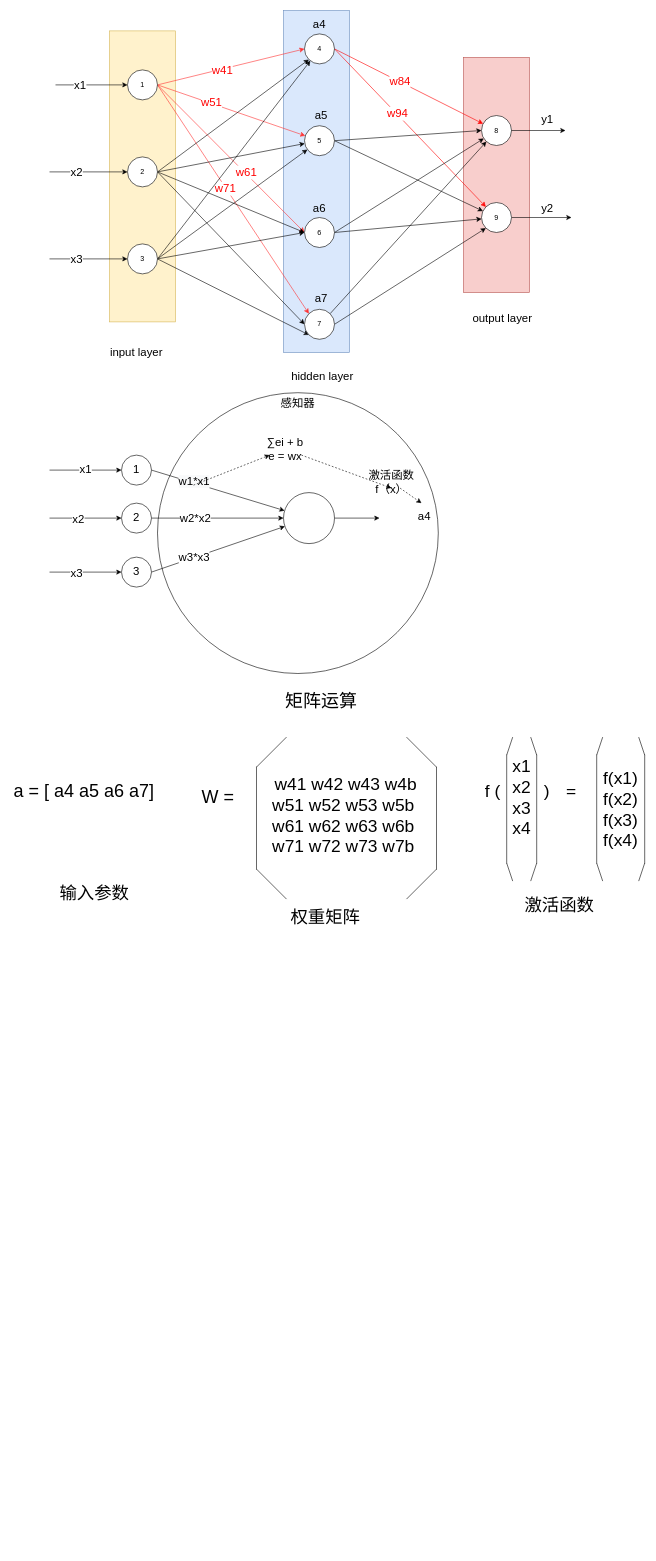
This is 神经网络图解.drawio from lxf2806230005/study, a draw.io file, before an edit. Source tidied: cells renumbered, new cells numbered last; positions are measured from the earlier drawing's top-left corner, leaving out a move shared by most shapes. Both pictures are drawn from the tidied source at 60%, with x=0, y=0 at pixel (10, 10).
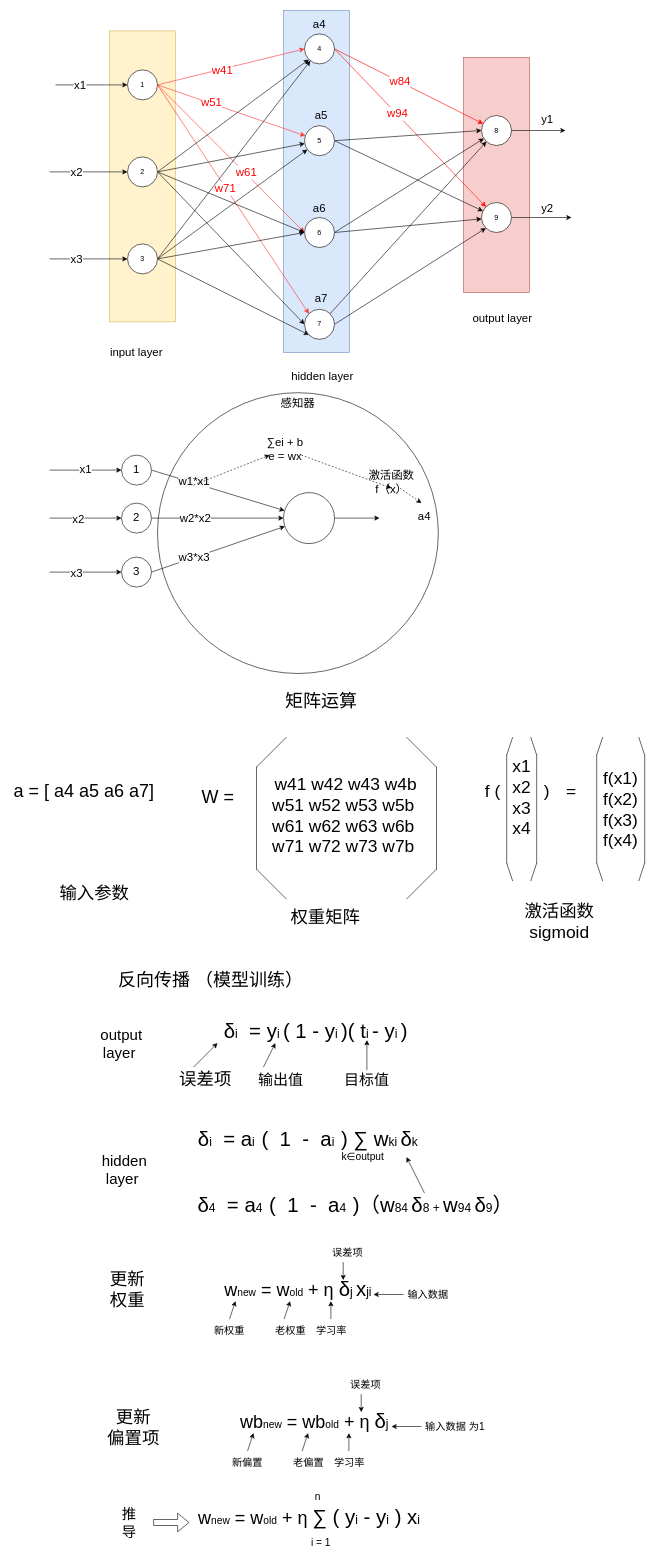
The same page after the edit.

Commit message:
更新神经网络图解.drawio

Diff of the diagram source:
```diff
@@
-    <mxCell id="105" value="激活函数" style="text;html=1;strokeColor=none;fillColor=none;align=center;verticalAlign=middle;whiteSpace=wrap;rounded=0;fontSize=29;" parent="1" vertex="1">
-      <mxGeometry x="820" y="1481" width="190" height="20" as="geometry" />
+    <mxCell id="105" value="激活函数&lt;br&gt;sigmoid" style="text;html=1;strokeColor=none;fillColor=none;align=center;verticalAlign=middle;whiteSpace=wrap;rounded=0;fontSize=29;" parent="1" vertex="1">
+      <mxGeometry x="820" y="1508" width="190" height="20" as="geometry" />
     </mxCell>
+    <mxCell id="106" value="δ&lt;span style=&quot;font-size: 20px&quot;&gt;i&lt;/span&gt;&lt;font style=&quot;font-size: 34px&quot;&gt;&amp;nbsp; = y&lt;/font&gt;&lt;font style=&quot;font-size: 20px&quot;&gt;i&lt;/font&gt;&lt;font style=&quot;font-size: 20px&quot;&gt;&amp;nbsp;&lt;/font&gt;&lt;font style=&quot;font-size: 34px&quot;&gt;( 1 - y&lt;/font&gt;&lt;font style=&quot;font-size: 20px&quot;&gt;i&lt;/font&gt;&lt;font style=&quot;font-size: 20px&quot;&gt;&amp;nbsp;&lt;/font&gt;&lt;font style=&quot;font-size: 34px&quot;&gt;)( t&lt;/font&gt;&lt;font style=&quot;font-size: 20px&quot;&gt;i&lt;/font&gt;&lt;font style=&quot;font-size: 20px&quot;&gt;&amp;nbsp;&lt;/font&gt;&lt;font style=&quot;font-size: 34px&quot;&gt;- y&lt;/font&gt;&lt;font style=&quot;font-size: 20px&quot;&gt;i&amp;nbsp;&lt;/font&gt;&lt;font style=&quot;font-size: 34px&quot;&gt;)&lt;/font&gt;" style="text;html=1;strokeColor=none;fillColor=none;align=center;verticalAlign=middle;whiteSpace=wrap;rounded=0;fontSize=34;" parent="1" vertex="1">
+      <mxGeometry x="308" y="1691" width="402" height="20" as="geometry" />
+    </mxCell>
+    <mxCell id="107" value="反向传播 （模型训练）" style="text;html=1;strokeColor=none;fillColor=none;align=center;verticalAlign=middle;whiteSpace=wrap;rounded=0;fontSize=30;" parent="1" vertex="1">
+      <mxGeometry x="133" y="1606" width="402" height="20" as="geometry" />
+    </mxCell>
+    <mxCell id="108" value="误差项" style="text;html=1;strokeColor=none;fillColor=none;align=center;verticalAlign=middle;whiteSpace=wrap;rounded=0;fontSize=29;" parent="1" vertex="1">
+      <mxGeometry x="264" y="1771" width="122" height="20" as="geometry" />
+    </mxCell>
+    <mxCell id="109" value="输出值" style="text;html=1;strokeColor=none;fillColor=none;align=center;verticalAlign=middle;whiteSpace=wrap;rounded=0;fontSize=25;" parent="1" vertex="1">
+      <mxGeometry x="403" y="1771" width="95" height="20" as="geometry" />
+    </mxCell>
+    <mxCell id="110" value="目标值" style="text;html=1;strokeColor=none;fillColor=none;align=center;verticalAlign=middle;whiteSpace=wrap;rounded=0;fontSize=25;" parent="1" vertex="1">
+      <mxGeometry x="548" y="1771" width="92" height="20" as="geometry" />
+    </mxCell>
+    <mxCell id="111" style="endArrow=classic;html=1;fontSize=25;" parent="1" edge="1">
+      <mxGeometry relative="1" as="geometry">
+        <mxPoint x="305" y="1761" as="sourcePoint" />
+        <mxPoint x="345" y="1721" as="targetPoint" />
+      </mxGeometry>
+    </mxCell>
+    <mxCell id="112" style="endArrow=classic;html=1;fontSize=25;" parent="1" edge="1">
+      <mxGeometry relative="1" as="geometry">
+        <mxPoint x="421.5" y="1761" as="sourcePoint" />
+        <mxPoint x="441.5" y="1721" as="targetPoint" />
+      </mxGeometry>
+    </mxCell>
+    <mxCell id="113" style="endArrow=classic;html=1;fontSize=25;" parent="1" edge="1">
+      <mxGeometry relative="1" as="geometry">
+        <mxPoint x="594" y="1766" as="sourcePoint" />
+        <mxPoint x="594" y="1716" as="targetPoint" />
+      </mxGeometry>
+    </mxCell>
+    <mxCell id="114" value="output layer&amp;nbsp;" style="text;html=1;strokeColor=none;fillColor=none;align=center;verticalAlign=middle;whiteSpace=wrap;rounded=0;fontSize=25;" parent="1" vertex="1">
+      <mxGeometry x="165" y="1711" width="40" height="20" as="geometry" />
+    </mxCell>
+    <mxCell id="115" value="hidden layer&amp;nbsp;" style="text;html=1;strokeColor=none;fillColor=none;align=center;verticalAlign=middle;whiteSpace=wrap;rounded=0;fontSize=25;" parent="1" vertex="1">
+      <mxGeometry x="170" y="1921" width="40" height="20" as="geometry" />
+    </mxCell>
+    <mxCell id="116" value="δ&lt;span style=&quot;font-size: 20px&quot;&gt;i&lt;/span&gt;&lt;font style=&quot;font-size: 34px&quot;&gt;&amp;nbsp; = a&lt;/font&gt;&lt;font style=&quot;font-size: 20px&quot;&gt;i&lt;/font&gt;&lt;font style=&quot;font-size: 20px&quot;&gt;&amp;nbsp;&amp;nbsp;&lt;/font&gt;&lt;font style=&quot;font-size: 34px&quot;&gt;(&amp;nbsp; 1&amp;nbsp; -&amp;nbsp; a&lt;/font&gt;&lt;font style=&quot;font-size: 20px&quot;&gt;i&amp;nbsp;&lt;/font&gt;&lt;font style=&quot;font-size: 20px&quot;&gt;&amp;nbsp;&lt;/font&gt;&lt;font style=&quot;font-size: 34px&quot;&gt;) ∑ w&lt;/font&gt;&lt;font style=&quot;font-size: 20px&quot;&gt;ki&amp;nbsp;&lt;/font&gt;&lt;font style=&quot;font-size: 34px&quot;&gt;δ&lt;/font&gt;&lt;font&gt;&lt;font style=&quot;font-size: 20px&quot;&gt;k&lt;/font&gt;&lt;br&gt;&lt;br&gt;&lt;/font&gt;" style="text;html=1;strokeColor=none;fillColor=none;align=center;verticalAlign=middle;whiteSpace=wrap;rounded=0;fontSize=34;" parent="1" vertex="1">
+      <mxGeometry x="295" y="1891" width="402" height="20" as="geometry" />
+    </mxCell>
+    <mxCell id="117" value="&lt;span style=&quot;font-size: 17px;&quot;&gt;k∈output&lt;/span&gt;" style="text;html=1;strokeColor=none;fillColor=none;align=center;verticalAlign=middle;whiteSpace=wrap;rounded=0;fontSize=17;" parent="1" vertex="1">
+      <mxGeometry x="465" y="1901" width="245" height="20" as="geometry" />
+    </mxCell>
+    <mxCell id="118" style="endArrow=classic;html=1;fontSize=17;" parent="1" edge="1">
+      <mxGeometry relative="1" as="geometry">
+        <mxPoint x="690" y="1971" as="sourcePoint" />
+        <mxPoint x="660" y="1911" as="targetPoint" />
+      </mxGeometry>
+    </mxCell>
+    <mxCell id="119" value="δ&lt;span style=&quot;font-size: 20px&quot;&gt;4&lt;/span&gt;&lt;font style=&quot;font-size: 34px&quot;&gt;&amp;nbsp; = a&lt;/font&gt;&lt;font style=&quot;font-size: 20px&quot;&gt;4&lt;/font&gt;&lt;font style=&quot;font-size: 20px&quot;&gt;&amp;nbsp;&amp;nbsp;&lt;/font&gt;&lt;font style=&quot;font-size: 34px&quot;&gt;(&amp;nbsp; 1&amp;nbsp; -&amp;nbsp; a&lt;/font&gt;&lt;font style=&quot;font-size: 20px&quot;&gt;4&amp;nbsp;&lt;/font&gt;&lt;font style=&quot;font-size: 20px&quot;&gt;&amp;nbsp;&lt;/font&gt;&lt;font style=&quot;font-size: 34px&quot;&gt;)（w&lt;font style=&quot;font-size: 20px&quot;&gt;84&amp;nbsp;&lt;/font&gt;δ&lt;font style=&quot;font-size: 20px&quot;&gt;8 +&amp;nbsp;&lt;/font&gt;w&lt;font style=&quot;font-size: 20px&quot;&gt;94&amp;nbsp;&lt;/font&gt;δ&lt;font style=&quot;font-size: 20px&quot;&gt;9&lt;/font&gt;）&lt;/font&gt;&lt;font&gt;&lt;br&gt;&lt;br&gt;&lt;/font&gt;" style="text;html=1;strokeColor=none;fillColor=none;align=center;verticalAlign=middle;whiteSpace=wrap;rounded=0;fontSize=34;" parent="1" vertex="1">
+      <mxGeometry x="160" y="2001" width="830" height="20" as="geometry" />
+    </mxCell>
+    <mxCell id="120" value="更新&lt;br&gt;权重" style="text;html=1;strokeColor=none;fillColor=none;align=center;verticalAlign=middle;whiteSpace=wrap;rounded=0;fontSize=29;" parent="1" vertex="1">
+      <mxGeometry x="100" y="2121" width="190" height="20" as="geometry" />
+    </mxCell>
+    <mxCell id="121" value="w&lt;font style=&quot;font-size: 17px&quot;&gt;new&lt;/font&gt; = w&lt;font style=&quot;font-size: 17px&quot;&gt;old&lt;/font&gt; + η&amp;nbsp;&lt;span style=&quot;font-size: 34px&quot;&gt;δ&lt;/span&gt;&lt;font style=&quot;font-size: 20px&quot;&gt;j&amp;nbsp;&lt;/font&gt;&lt;span style=&quot;font-size: 34px&quot;&gt;x&lt;/span&gt;&lt;font style=&quot;font-size: 20px&quot;&gt;ji&lt;/font&gt;" style="text;html=1;strokeColor=none;fillColor=none;align=center;verticalAlign=middle;whiteSpace=wrap;rounded=0;fontSize=30;" parent="1" vertex="1">
+      <mxGeometry x="311.5" y="2121" width="335" height="20" as="geometry" />
+    </mxCell>
+    <mxCell id="122" value="新权重" style="text;html=1;strokeColor=none;fillColor=none;align=center;verticalAlign=middle;whiteSpace=wrap;rounded=0;fontSize=17;" parent="1" vertex="1">
+      <mxGeometry x="334" y="2191" width="62" height="20" as="geometry" />
+    </mxCell>
+    <mxCell id="123" value="老权重" style="text;html=1;strokeColor=none;fillColor=none;align=center;verticalAlign=middle;whiteSpace=wrap;rounded=0;fontSize=17;" parent="1" vertex="1">
+      <mxGeometry x="436" y="2191" width="62" height="20" as="geometry" />
+    </mxCell>
+    <mxCell id="124" value="学习率" style="text;html=1;strokeColor=none;fillColor=none;align=center;verticalAlign=middle;whiteSpace=wrap;rounded=0;fontSize=17;" parent="1" vertex="1">
+      <mxGeometry x="504" y="2191" width="62" height="20" as="geometry" />
+    </mxCell>
+    <mxCell id="125" value="误差项" style="text;html=1;strokeColor=none;fillColor=none;align=center;verticalAlign=middle;whiteSpace=wrap;rounded=0;fontSize=17;" parent="1" vertex="1">
+      <mxGeometry x="531" y="2061" width="62" height="20" as="geometry" />
+    </mxCell>
+    <mxCell id="126" value="输入数据" style="text;html=1;strokeColor=none;fillColor=none;align=center;verticalAlign=middle;whiteSpace=wrap;rounded=0;fontSize=17;" parent="1" vertex="1">
+      <mxGeometry x="657" y="2131" width="78" height="20" as="geometry" />
+    </mxCell>
+    <mxCell id="127" style="endArrow=classic;html=1;fontSize=17;" parent="1" edge="1">
+      <mxGeometry relative="1" as="geometry">
+        <mxPoint x="365" y="2181" as="sourcePoint" />
+        <mxPoint x="375" y="2151" as="targetPoint" />
+      </mxGeometry>
+    </mxCell>
+    <mxCell id="128" style="endArrow=classic;html=1;fontSize=17;" parent="1" edge="1">
+      <mxGeometry relative="1" as="geometry">
+        <mxPoint x="456" y="2181" as="sourcePoint" />
+        <mxPoint x="466" y="2151" as="targetPoint" />
+      </mxGeometry>
+    </mxCell>
+    <mxCell id="129" style="endArrow=classic;html=1;fontSize=17;" parent="1" edge="1">
+      <mxGeometry relative="1" as="geometry">
+        <mxPoint x="534" y="2181" as="sourcePoint" />
+        <mxPoint x="534" y="2151" as="targetPoint" />
+      </mxGeometry>
+    </mxCell>
+    <mxCell id="130" style="endArrow=classic;html=1;fontSize=17;" parent="1" edge="1">
+      <mxGeometry relative="1" as="geometry">
+        <mxPoint x="554.5" y="2086" as="sourcePoint" />
+        <mxPoint x="554.5" y="2116" as="targetPoint" />
+      </mxGeometry>
+    </mxCell>
+    <mxCell id="131" style="endArrow=classic;html=1;fontSize=17;" parent="1" edge="1">
+      <mxGeometry relative="1" as="geometry">
+        <mxPoint x="655" y="2140" as="sourcePoint" />
+        <mxPoint x="605" y="2140" as="targetPoint" />
+      </mxGeometry>
+    </mxCell>
+    <mxCell id="132" value="更新&lt;br&gt;偏置项" style="text;html=1;strokeColor=none;fillColor=none;align=center;verticalAlign=middle;whiteSpace=wrap;rounded=0;fontSize=29;" parent="1" vertex="1">
+      <mxGeometry x="110" y="2351" width="190" height="20" as="geometry" />
+    </mxCell>
+    <mxCell id="133" value="wb&lt;font style=&quot;font-size: 17px&quot;&gt;new&lt;/font&gt;&amp;nbsp;= wb&lt;font style=&quot;font-size: 17px&quot;&gt;old&lt;/font&gt; + η&amp;nbsp;&lt;span style=&quot;font-size: 34px&quot;&gt;δ&lt;/span&gt;&lt;font style=&quot;font-size: 20px&quot;&gt;j&amp;nbsp;&lt;/font&gt;" style="text;html=1;strokeColor=none;fillColor=none;align=center;verticalAlign=middle;whiteSpace=wrap;rounded=0;fontSize=30;" parent="1" vertex="1">
+      <mxGeometry x="341.5" y="2341" width="335" height="20" as="geometry" />
+    </mxCell>
+    <mxCell id="134" value="新偏置" style="text;html=1;strokeColor=none;fillColor=none;align=center;verticalAlign=middle;whiteSpace=wrap;rounded=0;fontSize=17;" parent="1" vertex="1">
+      <mxGeometry x="364" y="2411" width="62" height="20" as="geometry" />
+    </mxCell>
+    <mxCell id="135" value="老偏置" style="text;html=1;strokeColor=none;fillColor=none;align=center;verticalAlign=middle;whiteSpace=wrap;rounded=0;fontSize=17;" parent="1" vertex="1">
+      <mxGeometry x="466" y="2411" width="62" height="20" as="geometry" />
+    </mxCell>
+    <mxCell id="136" value="学习率" style="text;html=1;strokeColor=none;fillColor=none;align=center;verticalAlign=middle;whiteSpace=wrap;rounded=0;fontSize=17;" parent="1" vertex="1">
+      <mxGeometry x="534" y="2411" width="62" height="20" as="geometry" />
+    </mxCell>
+    <mxCell id="137" value="误差项" style="text;html=1;strokeColor=none;fillColor=none;align=center;verticalAlign=middle;whiteSpace=wrap;rounded=0;fontSize=17;" parent="1" vertex="1">
+      <mxGeometry x="561" y="2281" width="62" height="20" as="geometry" />
+    </mxCell>
+    <mxCell id="138" value="输入数据 为1" style="text;html=1;strokeColor=none;fillColor=none;align=center;verticalAlign=middle;whiteSpace=wrap;rounded=0;fontSize=17;" parent="1" vertex="1">
+      <mxGeometry x="687" y="2351" width="108" height="20" as="geometry" />
+    </mxCell>
+    <mxCell id="139" style="endArrow=classic;html=1;fontSize=17;" parent="1" edge="1">
+      <mxGeometry relative="1" as="geometry">
+        <mxPoint x="395" y="2401" as="sourcePoint" />
+        <mxPoint x="405" y="2371" as="targetPoint" />
+      </mxGeometry>
+    </mxCell>
+    <mxCell id="140" style="endArrow=classic;html=1;fontSize=17;" parent="1" edge="1">
+      <mxGeometry relative="1" as="geometry">
+        <mxPoint x="486" y="2401" as="sourcePoint" />
+        <mxPoint x="496" y="2371" as="targetPoint" />
+      </mxGeometry>
+    </mxCell>
+    <mxCell id="141" style="endArrow=classic;html=1;fontSize=17;" parent="1" edge="1">
+      <mxGeometry relative="1" as="geometry">
+        <mxPoint x="564" y="2401" as="sourcePoint" />
+        <mxPoint x="564" y="2371" as="targetPoint" />
+      </mxGeometry>
+    </mxCell>
+    <mxCell id="142" style="endArrow=classic;html=1;fontSize=17;" parent="1" edge="1">
+      <mxGeometry relative="1" as="geometry">
+        <mxPoint x="584.5" y="2306" as="sourcePoint" />
+        <mxPoint x="584.5" y="2336" as="targetPoint" />
+      </mxGeometry>
+    </mxCell>
+    <mxCell id="143" style="endArrow=classic;html=1;fontSize=17;" parent="1" edge="1">
+      <mxGeometry relative="1" as="geometry">
+        <mxPoint x="685" y="2360" as="sourcePoint" />
+        <mxPoint x="635" y="2360" as="targetPoint" />
+      </mxGeometry>
+    </mxCell>
+    <mxCell id="144" value="&lt;font style=&quot;font-size: 20px&quot;&gt;&amp;nbsp; &amp;nbsp; &amp;nbsp; &lt;/font&gt;&lt;font style=&quot;font-size: 17px&quot;&gt;n&amp;nbsp;&lt;/font&gt;&lt;br&gt;w&lt;font style=&quot;font-size: 17px&quot;&gt;new&lt;/font&gt; = w&lt;font style=&quot;font-size: 17px&quot;&gt;old&lt;/font&gt; + η&amp;nbsp;&lt;span style=&quot;font-size: 34px&quot;&gt;∑ ( y&lt;/span&gt;&lt;font style=&quot;font-size: 20px&quot;&gt;i&lt;/font&gt;&lt;span style=&quot;font-size: 34px&quot;&gt; - y&lt;/span&gt;&lt;font style=&quot;font-size: 20px&quot;&gt;i&lt;/font&gt;&lt;span style=&quot;font-size: 34px&quot;&gt; ) x&lt;/span&gt;&lt;font style=&quot;font-size: 20px&quot;&gt;i&lt;br&gt;&amp;nbsp; &amp;nbsp; &amp;nbsp; &amp;nbsp;&lt;/font&gt;&lt;font&gt;&lt;font style=&quot;font-size: 17px&quot;&gt;i = 1&lt;/font&gt;&lt;br&gt;&lt;/font&gt;" style="text;html=1;strokeColor=none;fillColor=none;align=center;verticalAlign=middle;whiteSpace=wrap;rounded=0;fontSize=30;" parent="1" vertex="1">
+      <mxGeometry x="288" y="2501" width="420" height="20" as="geometry" />
+    </mxCell>
+    <mxCell id="145" value="推导&lt;br style=&quot;font-size: 24px;&quot;&gt;" style="text;html=1;strokeColor=none;fillColor=none;align=center;verticalAlign=middle;whiteSpace=wrap;rounded=0;fontSize=24;" parent="1" vertex="1">
+      <mxGeometry x="178" y="2511" width="40" height="20" as="geometry" />
+    </mxCell>
+    <mxCell id="146" style="shape=flexArrow;endArrow=classic;html=1;fontSize=17;" parent="1" edge="1">
+      <mxGeometry relative="1" as="geometry">
+        <mxPoint x="238" y="2520" as="sourcePoint" />
+        <mxPoint x="298" y="2520" as="targetPoint" />
+      </mxGeometry>
+    </mxCell>
```
